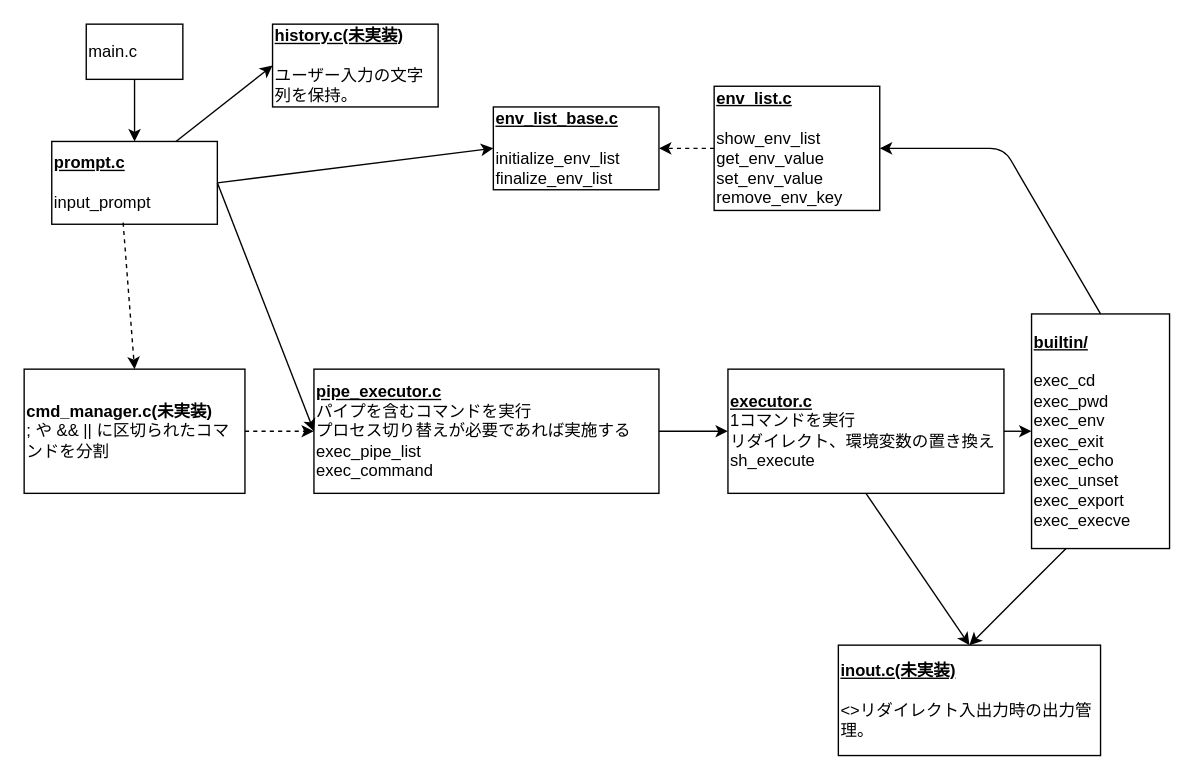
Earlier version of the draw.io diagram page "クラス図" (3 of 3) of diagram.drawio (Toshiki-Nakamura/minishell). Source tidied: cells renumbered, new cells numbered last; positions are measured from the earlier drawing's top-left corner, leaving out a move shared by most shapes. Both pictures are drawn from the tidied source at 138%, with x=0, y=0 at pixel (23, 23).
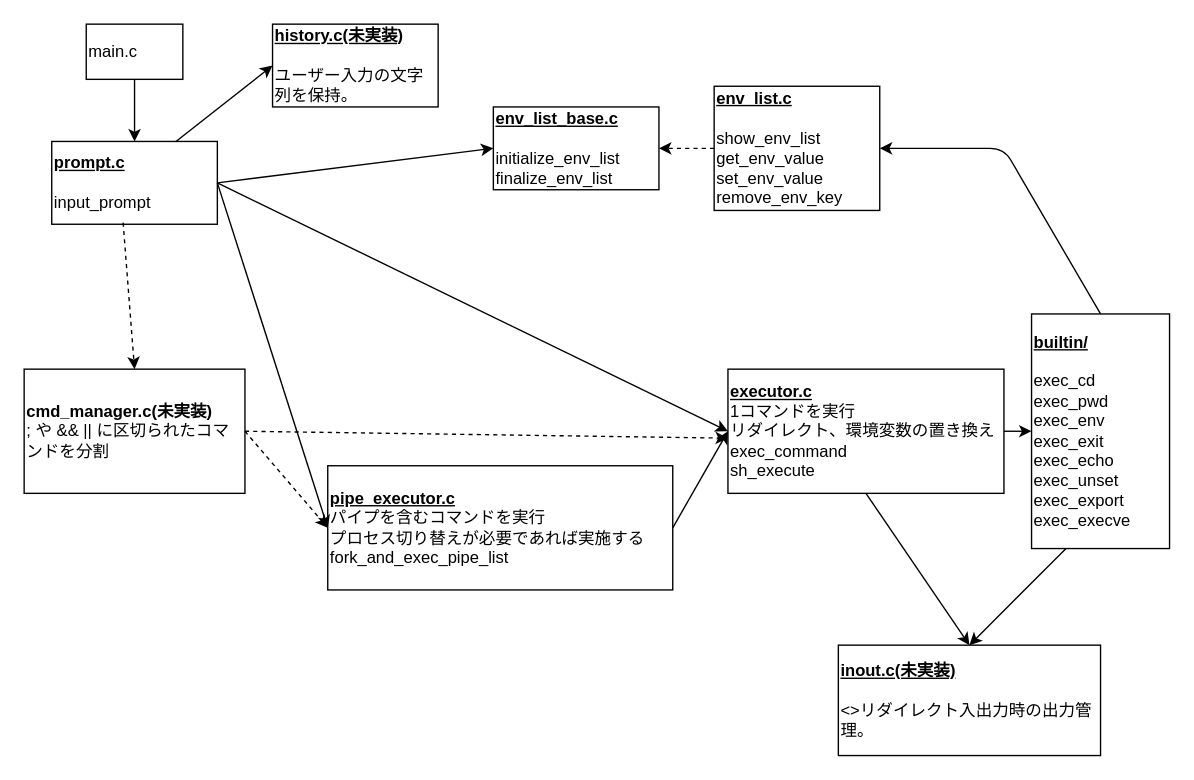
Above is the later version.

The change refers to these unchanged cells:
```xml
<mxCell id="2" value="&lt;b&gt;&lt;u&gt;prompt.c&lt;/u&gt;&lt;/b&gt;&lt;br&gt;&lt;br&gt;input_prompt" style="rounded=0;whiteSpace=wrap;html=1;align=left;" parent="1" vertex="1">
  <mxGeometry x="20" y="85" width="120" height="60" as="geometry" />
</mxCell>
<mxCell id="19" value="&lt;b&gt;cmd_manager.c(未実装)&lt;/b&gt;&lt;br&gt;; や &amp;amp;&amp;amp; || に区切られたコマンドを分割" style="rounded=0;whiteSpace=wrap;html=1;align=left;" parent="1" vertex="1">
  <mxGeometry y="250" width="160" height="90" as="geometry" />
</mxCell>
```

What changed in the source:
```diff
@@
-    <mxCell id="7" value="&lt;b&gt;&lt;u&gt;pipe_executor.c&lt;/u&gt;&lt;/b&gt;&lt;br&gt;パイプを含むコマンドを実行&lt;br&gt;プロセス切り替えが必要であれば実施する&lt;br&gt;exec_pipe_list&lt;br&gt;exec_command" style="rounded=0;whiteSpace=wrap;html=1;align=left;" parent="1" vertex="1">
-      <mxGeometry x="210" y="250" width="250" height="90" as="geometry" />
+    <mxCell id="7" value="&lt;b&gt;&lt;u&gt;pipe_executor.c&lt;/u&gt;&lt;/b&gt;&lt;br&gt;パイプを含むコマンドを実行&lt;br&gt;プロセス切り替えが必要であれば実施する&lt;br&gt;fork_and_exec_pipe_list" style="rounded=0;whiteSpace=wrap;html=1;align=left;" parent="1" vertex="1">
+      <mxGeometry x="220" y="320" width="250" height="90" as="geometry" />
     </mxCell>
@@
-    <mxCell id="9" value="&lt;b&gt;&lt;u&gt;executor.c&lt;br&gt;&lt;/u&gt;&lt;/b&gt;1コマンドを実行&lt;br&gt;リダイレクト、環境変数の置き換え&lt;br&gt;sh_execute" style="rounded=0;whiteSpace=wrap;html=1;align=left;" parent="1" vertex="1">
+    <mxCell id="9" value="&lt;b&gt;&lt;u&gt;executor.c&lt;br&gt;&lt;/u&gt;&lt;/b&gt;1コマンドを実行&lt;br&gt;リダイレクト、環境変数の置き換え&lt;br&gt;exec_command&lt;br&gt;sh_execute" style="rounded=0;whiteSpace=wrap;html=1;align=left;" parent="1" vertex="1">
       <mxGeometry x="510" y="250" width="200" height="90" as="geometry" />
     </mxCell>
@@
+    <mxCell id="24" style="endArrow=classic;html=1;exitX=1;exitY=0.5;exitDx=0;exitDy=0;entryX=0;entryY=0.5;entryDx=0;entryDy=0;" parent="1" edge="1" source="2" target="9">
+      <mxGeometry relative="1" as="geometry" />
+    </mxCell>
+    <mxCell id="25" style="endArrow=classic;html=1;dashed=1;exitX=1;exitY=0.5;exitDx=0;exitDy=0;" parent="1" edge="1" source="19">
+      <mxGeometry relative="1" as="geometry">
+        <mxPoint x="510" y="300" as="targetPoint" />
+      </mxGeometry>
+    </mxCell>
```
